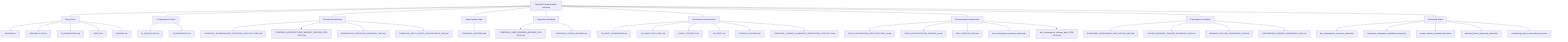
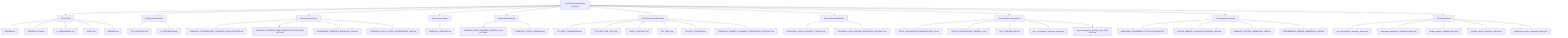
graph TD
    root["ToneSoul Documentation Authority"]
    root --> entrypoints["Entry Points"]
    entrypoints --> entrypoints_1["README.md"]
    entrypoints --> entrypoints_2["README.zh-TW.md"]
    entrypoints --> entrypoints_3["AI_ONBOARDING.md"]
    entrypoints --> entrypoints_4["INDEX.md"]
    entrypoints --> entrypoints_5["README.md"]
    root --> ai_operational_guides["AI Operational Guides"]
    ai_operational_guides --> ai_operational_guides_1["AI_QUICKSTART.md"]
    ai_operational_guides --> ai_operational_guides_2["AI_REFERENCE.md"]
    root --> canonical_architecture["Canonical Architecture"]
    canonical_architecture --> canonical_architecture_1["TONESOUL_EXTERNALIZED_COGNITIVE_ARCHITECTURE.md"]
    canonical_architecture --> canonical_architecture_2["TONESOUL_ARCHITECTURE_MEMORY_ANCHOR_2026-03-22.md"]
    canonical_architecture --> canonical_architecture_3["KNOWLEDGE_SURFACES_BOUNDARY_MAP.md"]
    canonical_architecture --> canonical_architecture_4["TONESOUL_EIGHT_LAYER_CONVERGENCE_MAP.md"]
    root --> deep_system_maps["Deep System Maps"]
    deep_system_maps --> deep_system_maps_1["TONESOUL_ANATOMY.md"]
    root --> interpretive_readings["Interpretive Readings"]
    interpretive_readings --> interpretive_readings_1["TONESOUL_DEEP_READING_ANCHOR_2026-03-26.md"]
    interpretive_readings --> interpretive_readings_2["TONESOUL_CODEX_READING.md"]
    root --> governance_execution["Governance And Execution"]
    governance_execution --> governance_execution_1["7D_AUDIT_FRAMEWORK.md"]
    governance_execution --> governance_execution_2["7D_EXECUTION_SPEC.md"]
    governance_execution --> governance_execution_3["AUDIT_CONTRACT.md"]
    governance_execution --> governance_execution_4["API_SPEC.md"]
    governance_execution --> governance_execution_5["COUNCIL_RUNTIME.md"]
    governance_execution --> governance_execution_6["TONESOUL_SHARED_R_MEMORY_OPERATIONS_CONTRACT.md"]
+     root --> claim_authority_distillation["Claim Authority Distillation"]
+     claim_authority_distillation --> claim_authority_distillation_1["TONESOUL_CLAIM_AUTHORITY_MATRIX.md"]
+     claim_authority_distillation --> claim_authority_distillation_2["TONESOUL_LAW_RUNTIME_BOUNDARY_CONTRACT.md"]
    root --> doc_governance["Documentation Governance"]
    doc_governance --> doc_governance_1["DOCS_INFORMATION_ARCHITECTURE_v1.md"]
    doc_governance --> doc_governance_2["DOCS_CLASSIFICATION_LEDGER_v1.md"]
    doc_governance --> doc_governance_3["FILE_PURPOSE_MAP.md"]
    doc_governance --> doc_governance_4["doc_convergence_inventory_latest.json"]
    doc_governance --> doc_governance_5["doc_convergence_cleanup_plan_2026-03-22.md"]
    root --> convergence_contracts["Convergence Contracts"]
    convergence_contracts --> convergence_contracts_1["BASENAME_DIVERGENCE_DISTILLATION_MAP.md"]
    convergence_contracts --> convergence_contracts_2["PRIVATE_MEMORY_SHADOW_BOUNDARY_MAP.md"]
    convergence_contracts --> convergence_contracts_3["PARADOX_FIXTURE_OWNERSHIP_MAP.md"]
    convergence_contracts --> convergence_contracts_4["ENGINEERING_MIRROR_OWNERSHIP_MAP.md"]
    root --> generated_status["Generated Status"]
    generated_status --> generated_status_1["doc_convergence_inventory_latest.json"]
    generated_status --> generated_status_2["basename_divergence_distillation_latest.json"]
    generated_status --> generated_status_3["private_memory_shadow_latest.json"]
    generated_status --> generated_status_4["paradox_fixture_ownership_latest.json"]
    generated_status --> generated_status_5["engineering_mirror_ownership_latest.json"]
